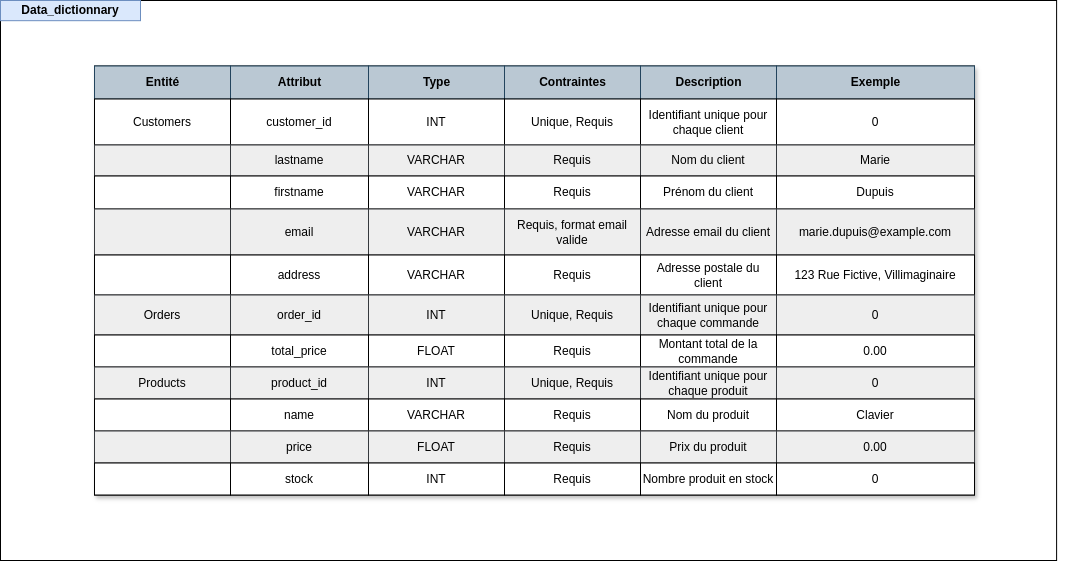
This is doc/Merise/TP-MERISE-Data_Dictionnary.drawio.png from Huriaux/template-repository, a draw.io export, as it was before one commit. Source tidied: cells renumbered, new cells last; positions are measured from the earlier drawing's top-left corner, leaving out a move shared by most shapes.
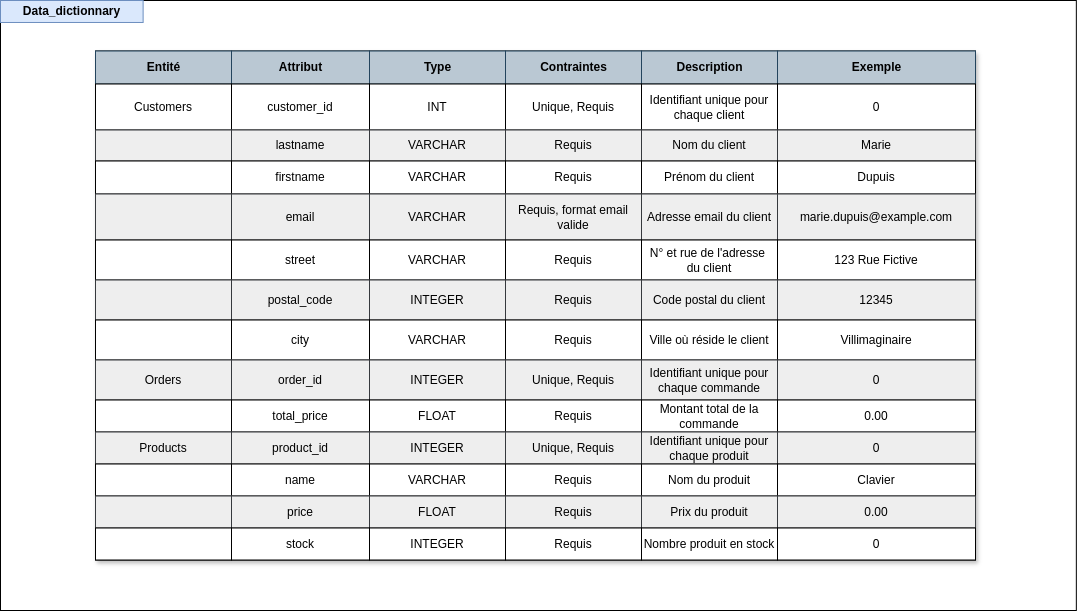
Later version of the same file.

Commit message:
chore(MERISE): correction MCD, MLD, Data dictionnary and MPD, on the Customers Table, 'address' attribute did not correspond to 1NF

Diff of the diagram source:
```diff
@@ -3,16 +3,16 @@
     <mxCell id="0" />
     <mxCell id="1" parent="0" />
     <mxCell id="2" style="group;" parent="1" vertex="1">
-      <mxGeometry width="1070" height="560" as="geometry" />
+      <mxGeometry width="1090" height="610" as="geometry" />
     </mxCell>
     <mxCell id="3" style="rounded=0;whiteSpace=wrap;html=1;" parent="2" vertex="1">
-      <mxGeometry width="1056.1" height="560" as="geometry" />
+      <mxGeometry width="1075.8" height="610" as="geometry" />
     </mxCell>
     <mxCell id="4" value="Data_dictionnary" style="text;html=1;align=center;verticalAlign=middle;whiteSpace=wrap;rounded=0;fontStyle=1;fillColor=#dae8fc;strokeColor=#6c8ebf;" parent="2" vertex="1">
-      <mxGeometry width="140" height="20.2" as="geometry" />
+      <mxGeometry width="142.6" height="22" as="geometry" />
     </mxCell>
-    <mxCell id="5" value="Assets" style="shadow=1;" parent="2" vertex="1">
-      <mxGeometry x="94" y="65.5" width="880" height="429" as="geometry" />
+    <mxCell id="5" value="Assets" style="shadow=1;" parent="1" vertex="1">
+      <mxGeometry x="95" y="50.5" width="880" height="509" as="geometry" />
     </mxCell>
     <mxCell id="6" style="shape=tableRow;horizontal=0;startSize=0;swimlaneHead=0;swimlaneBody=0;top=0;left=0;bottom=0;right=0;fontStyle=0;strokeColor=inherit;fillColor=#ffffff;" parent="5" vertex="1">
       <mxGeometry width="880" height="33" as="geometry" />
@@ -125,7 +125,7 @@
     <mxCell id="42" style="strokeColor=inherit;fillColor=inherit;fontStyle=0;align=center;whiteSpace=wrap;html=1;" parent="41" vertex="1">
       <mxGeometry width="136" height="40" as="geometry" />
     </mxCell>
-    <mxCell id="43" value="address" style="strokeColor=inherit;fillColor=inherit;fontStyle=0;align=center;whiteSpace=wrap;html=1;" parent="41" vertex="1">
+    <mxCell id="43" value="street" style="strokeColor=inherit;fillColor=inherit;fontStyle=0;align=center;whiteSpace=wrap;html=1;" parent="41" vertex="1">
       <mxGeometry x="136" width="138" height="40" as="geometry" />
     </mxCell>
     <mxCell id="44" value="VARCHAR" style="strokeColor=inherit;fillColor=inherit;fontStyle=0;align=center;whiteSpace=wrap;html=1;" parent="41" vertex="1">
@@ -134,14 +134,56 @@
     <mxCell id="45" value="Requis" style="strokeColor=inherit;fillColor=inherit;fontStyle=0;align=center;whiteSpace=wrap;html=1;" parent="41" vertex="1">
       <mxGeometry x="410" width="136" height="40" as="geometry" />
     </mxCell>
-    <mxCell id="46" value="Adresse postale du client" style="strokeColor=inherit;fillColor=inherit;fontStyle=0;align=center;whiteSpace=wrap;html=1;" parent="41" vertex="1">
+    <mxCell id="46" value="N° et rue de l'adresse&amp;nbsp;&lt;div&gt;du client&lt;/div&gt;" style="strokeColor=inherit;fillColor=inherit;fontStyle=0;align=center;whiteSpace=wrap;html=1;" parent="41" vertex="1">
       <mxGeometry x="546" width="136" height="40" as="geometry" />
     </mxCell>
-    <mxCell id="47" value="&lt;span&gt;&lt;/span&gt;&lt;span&gt;&lt;/span&gt;&lt;span style=&quot;white-space-collapse: preserve;&quot;&gt;123 Rue Fictive, Villimaginaire&lt;/span&gt;" style="strokeColor=inherit;fillColor=inherit;fontStyle=0;align=center;whiteSpace=wrap;html=1;" parent="41" vertex="1">
+    <mxCell id="47" value="&lt;span&gt;&lt;/span&gt;&lt;span&gt;&lt;/span&gt;&lt;span style=&quot;white-space-collapse: preserve;&quot;&gt;123 Rue Fictive&lt;/span&gt;" style="strokeColor=inherit;fillColor=inherit;fontStyle=0;align=center;whiteSpace=wrap;html=1;" parent="41" vertex="1">
       <mxGeometry x="682" width="198" height="40" as="geometry" />
     </mxCell>
+    <mxCell id="90" style="shape=tableRow;horizontal=0;startSize=0;swimlaneHead=0;swimlaneBody=0;top=0;left=0;bottom=0;right=0;fontStyle=0;strokeColor=#36393d;fillColor=#eeeeee;" parent="5" vertex="1">
+      <mxGeometry y="229" width="880" height="40" as="geometry" />
+    </mxCell>
+    <mxCell id="91" style="strokeColor=inherit;fillColor=inherit;fontStyle=0;align=center;whiteSpace=wrap;html=1;" parent="90" vertex="1">
+      <mxGeometry width="136" height="40" as="geometry" />
+    </mxCell>
+    <mxCell id="92" value="postal_code" style="strokeColor=inherit;fillColor=inherit;fontStyle=0;align=center;whiteSpace=wrap;html=1;" parent="90" vertex="1">
+      <mxGeometry x="136" width="138" height="40" as="geometry" />
+    </mxCell>
+    <mxCell id="93" value="INTEGER" style="strokeColor=inherit;fillColor=inherit;fontStyle=0;align=center;whiteSpace=wrap;html=1;" parent="90" vertex="1">
+      <mxGeometry x="274" width="136" height="40" as="geometry" />
+    </mxCell>
+    <mxCell id="94" value="Requis" style="strokeColor=inherit;fillColor=inherit;fontStyle=0;align=center;whiteSpace=wrap;html=1;" parent="90" vertex="1">
+      <mxGeometry x="410" width="136" height="40" as="geometry" />
+    </mxCell>
+    <mxCell id="95" value="Code postal du client" style="strokeColor=inherit;fillColor=inherit;fontStyle=0;align=center;whiteSpace=wrap;html=1;" parent="90" vertex="1">
+      <mxGeometry x="546" width="136" height="40" as="geometry" />
+    </mxCell>
+    <mxCell id="96" value="&lt;span&gt;&lt;/span&gt;&lt;span&gt;&lt;/span&gt;&lt;span style=&quot;white-space-collapse: preserve;&quot;&gt;12345&lt;/span&gt;" style="strokeColor=inherit;fillColor=inherit;fontStyle=0;align=center;whiteSpace=wrap;html=1;" parent="90" vertex="1">
+      <mxGeometry x="682" width="198" height="40" as="geometry" />
+    </mxCell>
+    <mxCell id="97" style="shape=tableRow;horizontal=0;startSize=0;swimlaneHead=0;swimlaneBody=0;top=0;left=0;bottom=0;right=0;fontStyle=0;strokeColor=inherit;fillColor=#ffffff;" parent="5" vertex="1">
+      <mxGeometry y="269" width="880" height="40" as="geometry" />
+    </mxCell>
+    <mxCell id="98" style="strokeColor=inherit;fillColor=inherit;fontStyle=0;align=center;whiteSpace=wrap;html=1;" parent="97" vertex="1">
+      <mxGeometry width="136" height="40" as="geometry" />
+    </mxCell>
+    <mxCell id="99" value="city" style="strokeColor=inherit;fillColor=inherit;fontStyle=0;align=center;whiteSpace=wrap;html=1;" parent="97" vertex="1">
+      <mxGeometry x="136" width="138" height="40" as="geometry" />
+    </mxCell>
+    <mxCell id="100" value="VARCHAR" style="strokeColor=inherit;fillColor=inherit;fontStyle=0;align=center;whiteSpace=wrap;html=1;" parent="97" vertex="1">
+      <mxGeometry x="274" width="136" height="40" as="geometry" />
+    </mxCell>
+    <mxCell id="101" value="Requis" style="strokeColor=inherit;fillColor=inherit;fontStyle=0;align=center;whiteSpace=wrap;html=1;" parent="97" vertex="1">
+      <mxGeometry x="410" width="136" height="40" as="geometry" />
+    </mxCell>
+    <mxCell id="102" value="Ville où réside le client" style="strokeColor=inherit;fillColor=inherit;fontStyle=0;align=center;whiteSpace=wrap;html=1;" parent="97" vertex="1">
+      <mxGeometry x="546" width="136" height="40" as="geometry" />
+    </mxCell>
+    <mxCell id="103" value="&lt;span&gt;&lt;/span&gt;&lt;span style=&quot;white-space-collapse: preserve;&quot;&gt;Villimaginaire&lt;/span&gt;" style="strokeColor=inherit;fillColor=inherit;fontStyle=0;align=center;whiteSpace=wrap;html=1;" parent="97" vertex="1">
+      <mxGeometry x="682" width="198" height="40" as="geometry" />
+    </mxCell>
     <mxCell id="48" style="shape=tableRow;horizontal=0;startSize=0;swimlaneHead=0;swimlaneBody=0;top=0;left=0;bottom=0;right=0;fontStyle=1;strokeColor=inherit;fillColor=#EAF2D3;" parent="5" vertex="1">
-      <mxGeometry y="229" width="880" height="40" as="geometry" />
+      <mxGeometry y="309" width="880" height="40" as="geometry" />
     </mxCell>
     <mxCell id="49" value="Orders" style="strokeColor=#36393d;fillColor=#eeeeee;whiteSpace=wrap;html=1;" parent="48" vertex="1">
       <mxGeometry width="136" height="40" as="geometry" />
@@ -149,7 +191,7 @@
     <mxCell id="50" value="order_id" style="strokeColor=#36393d;fillColor=#eeeeee;whiteSpace=wrap;html=1;" parent="48" vertex="1">
       <mxGeometry x="136" width="138" height="40" as="geometry" />
     </mxCell>
-    <mxCell id="51" value="INT" style="strokeColor=#36393d;fillColor=#eeeeee;whiteSpace=wrap;html=1;" parent="48" vertex="1">
+    <mxCell id="51" value="INTEGER" style="strokeColor=#36393d;fillColor=#eeeeee;whiteSpace=wrap;html=1;" parent="48" vertex="1">
       <mxGeometry x="274" width="136" height="40" as="geometry" />
     </mxCell>
     <mxCell id="52" value="Unique, Requis" style="strokeColor=#36393d;fillColor=#eeeeee;whiteSpace=wrap;html=1;" parent="48" vertex="1">
@@ -162,7 +204,7 @@
       <mxGeometry x="682" width="198" height="40" as="geometry" />
     </mxCell>
     <mxCell id="55" style="shape=tableRow;horizontal=0;startSize=0;swimlaneHead=0;swimlaneBody=0;top=0;left=0;bottom=0;right=0;fontStyle=0;strokeColor=inherit;fillColor=#ffffff;" parent="5" vertex="1">
-      <mxGeometry y="269" width="880" height="32" as="geometry" />
+      <mxGeometry y="349" width="880" height="32" as="geometry" />
     </mxCell>
     <mxCell id="56" style="strokeColor=inherit;fillColor=inherit;align=center;whiteSpace=wrap;html=1;" parent="55" vertex="1">
       <mxGeometry width="136" height="32" as="geometry" />
@@ -183,7 +225,7 @@
       <mxGeometry x="682" width="198" height="32" as="geometry" />
     </mxCell>
     <mxCell id="62" style="shape=tableRow;horizontal=0;startSize=0;swimlaneHead=0;swimlaneBody=0;top=0;left=0;bottom=0;right=0;fontStyle=0;strokeColor=inherit;fillColor=#ffffff;" parent="5" vertex="1">
-      <mxGeometry y="301" width="880" height="32" as="geometry" />
+      <mxGeometry y="381" width="880" height="32" as="geometry" />
     </mxCell>
     <mxCell id="63" value="Products" style="strokeColor=#36393d;fillColor=#eeeeee;align=center;whiteSpace=wrap;html=1;" parent="62" vertex="1">
       <mxGeometry width="136" height="32" as="geometry" />
@@ -191,7 +233,7 @@
     <mxCell id="64" value="product_id" style="strokeColor=#36393d;fillColor=#eeeeee;align=center;whiteSpace=wrap;html=1;" parent="62" vertex="1">
       <mxGeometry x="136" width="138" height="32" as="geometry" />
     </mxCell>
-    <mxCell id="65" value="INT" style="strokeColor=#36393d;fillColor=#eeeeee;align=center;whiteSpace=wrap;html=1;" parent="62" vertex="1">
+    <mxCell id="65" value="INTEGER" style="strokeColor=#36393d;fillColor=#eeeeee;align=center;whiteSpace=wrap;html=1;" parent="62" vertex="1">
       <mxGeometry x="274" width="136" height="32" as="geometry" />
     </mxCell>
     <mxCell id="66" value="Unique, Requis" style="strokeColor=#36393d;fillColor=#eeeeee;align=center;whiteSpace=wrap;html=1;" parent="62" vertex="1">
@@ -204,7 +246,7 @@
       <mxGeometry x="682" width="198" height="32" as="geometry" />
     </mxCell>
     <mxCell id="69" style="shape=tableRow;horizontal=0;startSize=0;swimlaneHead=0;swimlaneBody=0;top=0;left=0;bottom=0;right=0;fontStyle=0;strokeColor=inherit;fillColor=#ffffff;" parent="5" vertex="1">
-      <mxGeometry y="333" width="880" height="32" as="geometry" />
+      <mxGeometry y="413" width="880" height="32" as="geometry" />
     </mxCell>
     <mxCell id="70" style="strokeColor=inherit;fillColor=inherit;align=center;whiteSpace=wrap;html=1;" parent="69" vertex="1">
       <mxGeometry width="136" height="32" as="geometry" />
@@ -225,7 +267,7 @@
       <mxGeometry x="682" width="198" height="32" as="geometry" />
     </mxCell>
     <mxCell id="76" style="shape=tableRow;horizontal=0;startSize=0;swimlaneHead=0;swimlaneBody=0;top=0;left=0;bottom=0;right=0;fontStyle=0;strokeColor=inherit;fillColor=#ffffff;" parent="5" vertex="1">
-      <mxGeometry y="365" width="880" height="32" as="geometry" />
+      <mxGeometry y="445" width="880" height="32" as="geometry" />
     </mxCell>
     <mxCell id="77" style="strokeColor=#36393d;fillColor=#eeeeee;align=center;whiteSpace=wrap;html=1;" parent="76" vertex="1">
       <mxGeometry width="136" height="32" as="geometry" />
@@ -246,7 +288,7 @@
       <mxGeometry x="682" width="198" height="32" as="geometry" />
     </mxCell>
     <mxCell id="83" style="shape=tableRow;horizontal=0;startSize=0;swimlaneHead=0;swimlaneBody=0;top=0;left=0;bottom=0;right=0;fontStyle=0;strokeColor=inherit;fillColor=#ffffff;" parent="5" vertex="1">
-      <mxGeometry y="397" width="880" height="32" as="geometry" />
+      <mxGeometry y="477" width="880" height="32" as="geometry" />
     </mxCell>
     <mxCell id="84" style="strokeColor=inherit;fillColor=inherit;align=center;whiteSpace=wrap;html=1;" parent="83" vertex="1">
       <mxGeometry width="136" height="32" as="geometry" />
@@ -254,7 +296,7 @@
     <mxCell id="85" value="stock" style="strokeColor=inherit;fillColor=inherit;align=center;whiteSpace=wrap;html=1;" parent="83" vertex="1">
       <mxGeometry x="136" width="138" height="32" as="geometry" />
     </mxCell>
-    <mxCell id="86" value="INT" style="strokeColor=inherit;fillColor=inherit;align=center;whiteSpace=wrap;html=1;" parent="83" vertex="1">
+    <mxCell id="86" value="INTEGER" style="strokeColor=inherit;fillColor=inherit;align=center;whiteSpace=wrap;html=1;" parent="83" vertex="1">
       <mxGeometry x="274" width="136" height="32" as="geometry" />
     </mxCell>
     <mxCell id="87" value="Requis" style="strokeColor=inherit;fillColor=inherit;align=center;whiteSpace=wrap;html=1;" parent="83" vertex="1">
```
